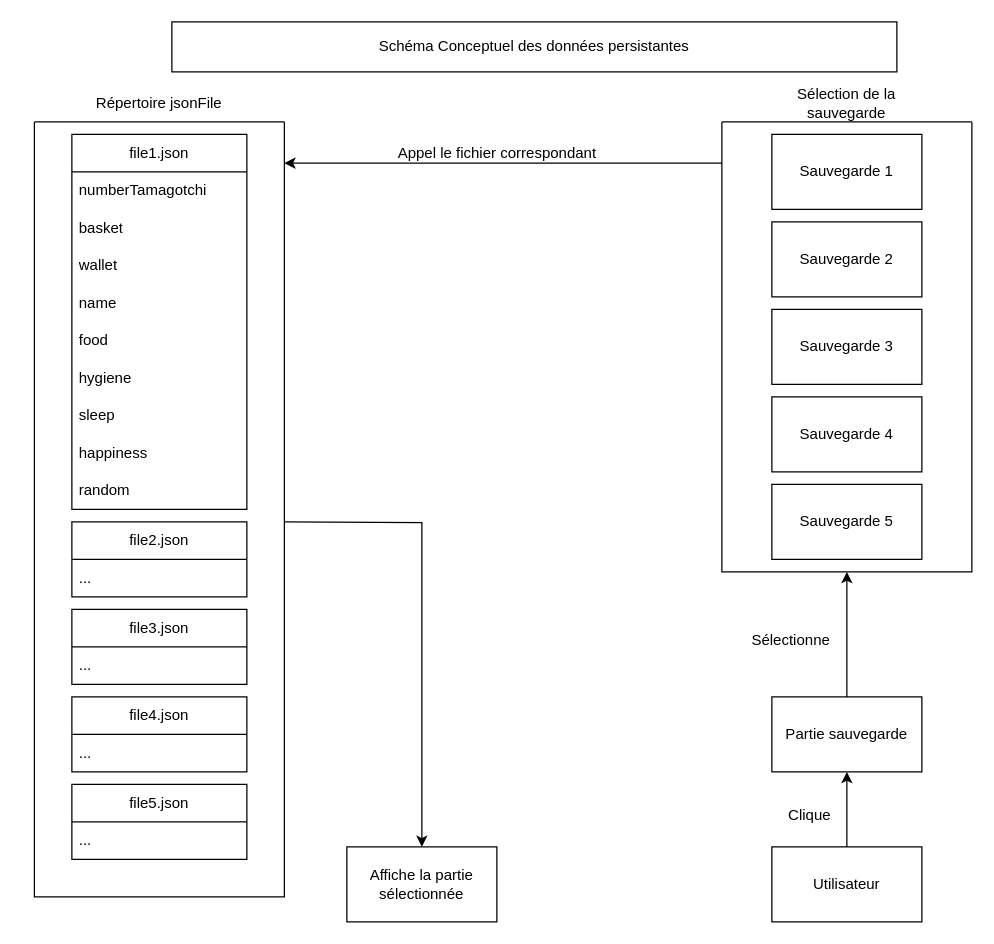
Before: SchemaConceptuelPersistanceData.drawio in BMaurice56/Tamagotchi, a draw.io diagram. Source tidied: cells renumbered, new cells numbered last; positions are measured from the earlier drawing's top-left corner, leaving out a move shared by most shapes. Both pictures are drawn from the tidied source at 125%, with x=0, y=0 at pixel (34, 21).
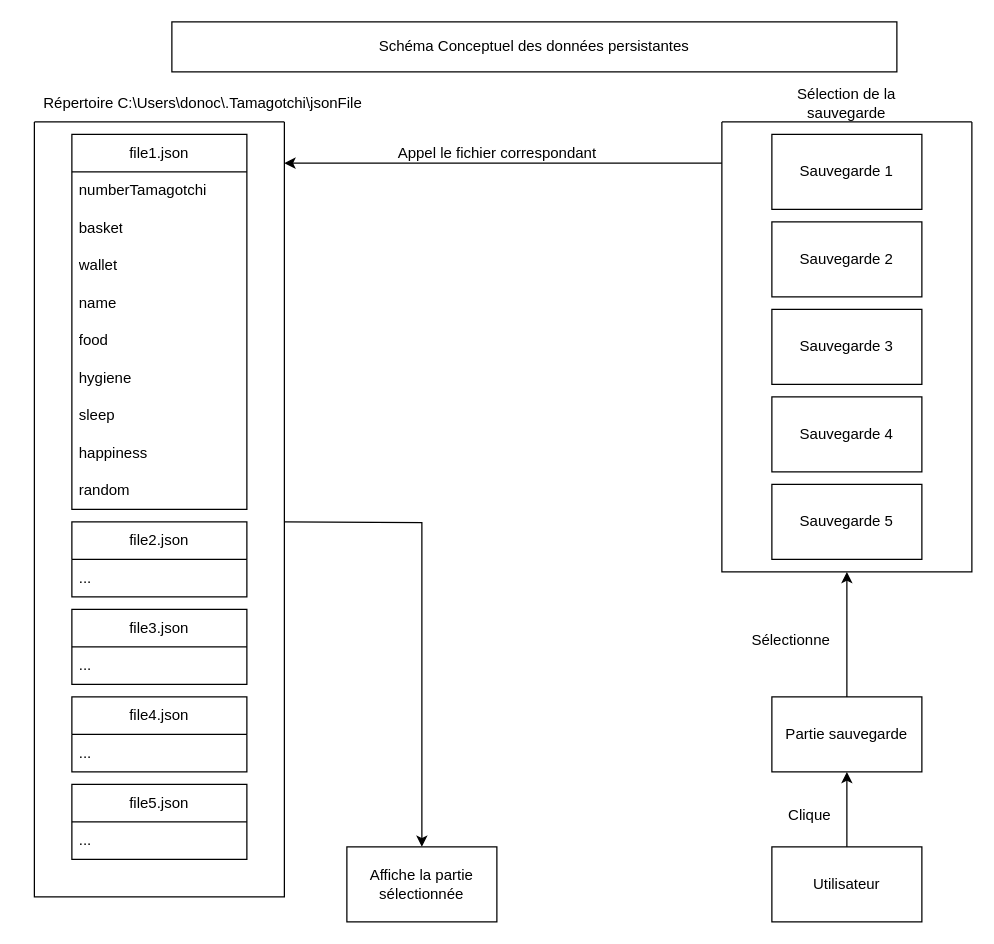
The same diagram, later.

Commit message:
Mettre à jour SchemaConceptuelPersistanceData.drawio

The edit, as a diff of the source:
```diff
@@
-    <mxCell id="23" value="Répertoire jsonFile" style="text;html=1;strokeColor=none;fillColor=none;align=center;verticalAlign=middle;whiteSpace=wrap;rounded=0;" parent="1" vertex="1">
-      <mxGeometry x="40" y="50" width="120" height="30" as="geometry" />
+    <mxCell id="23" value="Répertoire&amp;nbsp;C:\Users\donoc\.Tamagotchi\jsonFile" style="text;html=1;strokeColor=none;fillColor=none;align=center;verticalAlign=middle;whiteSpace=wrap;rounded=0;" parent="1" vertex="1">
+      <mxGeometry x="-10" y="50" width="290" height="30" as="geometry" />
     </mxCell>
```
